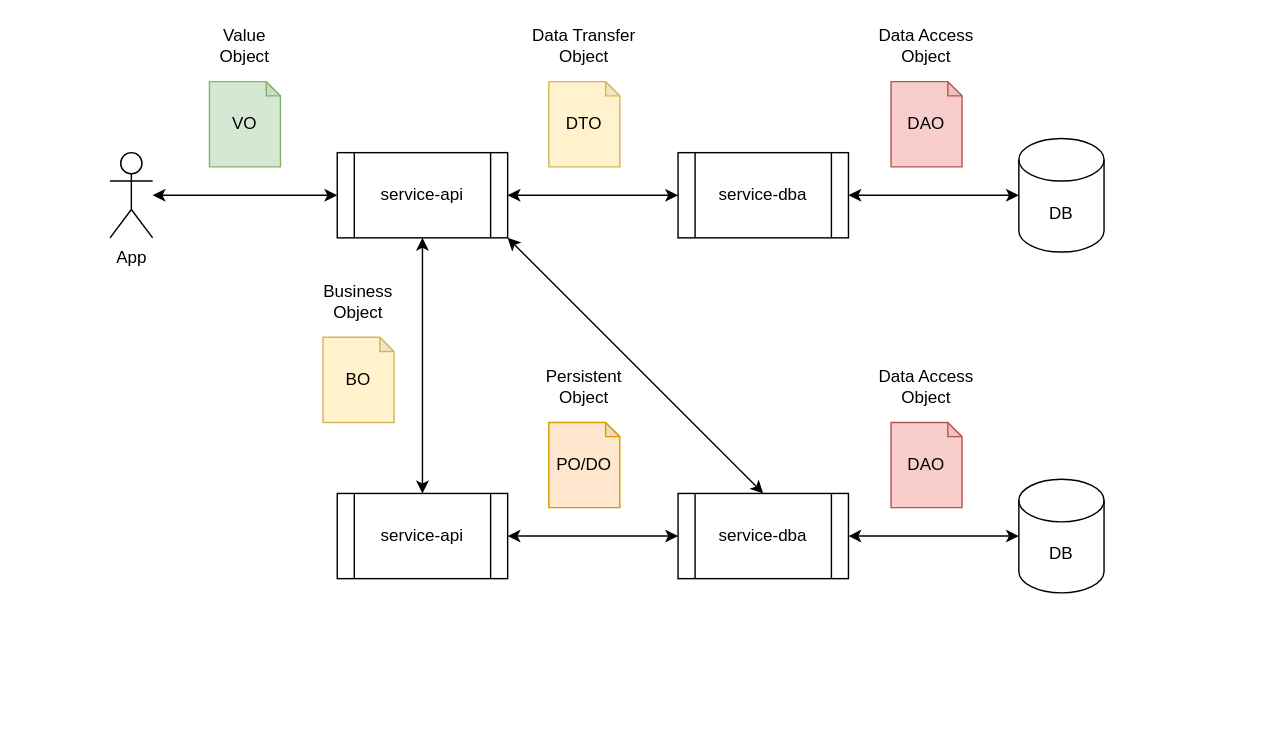
This is doc/architecture.drawio from zxffffffff/start-java, a draw.io file, before an edit. Source tidied: cells renumbered, new cells numbered last; positions are measured from the earlier drawing's top-left corner, leaving out a move shared by most shapes. Both pictures are drawn from the tidied source at 142%, with x=0, y=0 at pixel (109, 24).
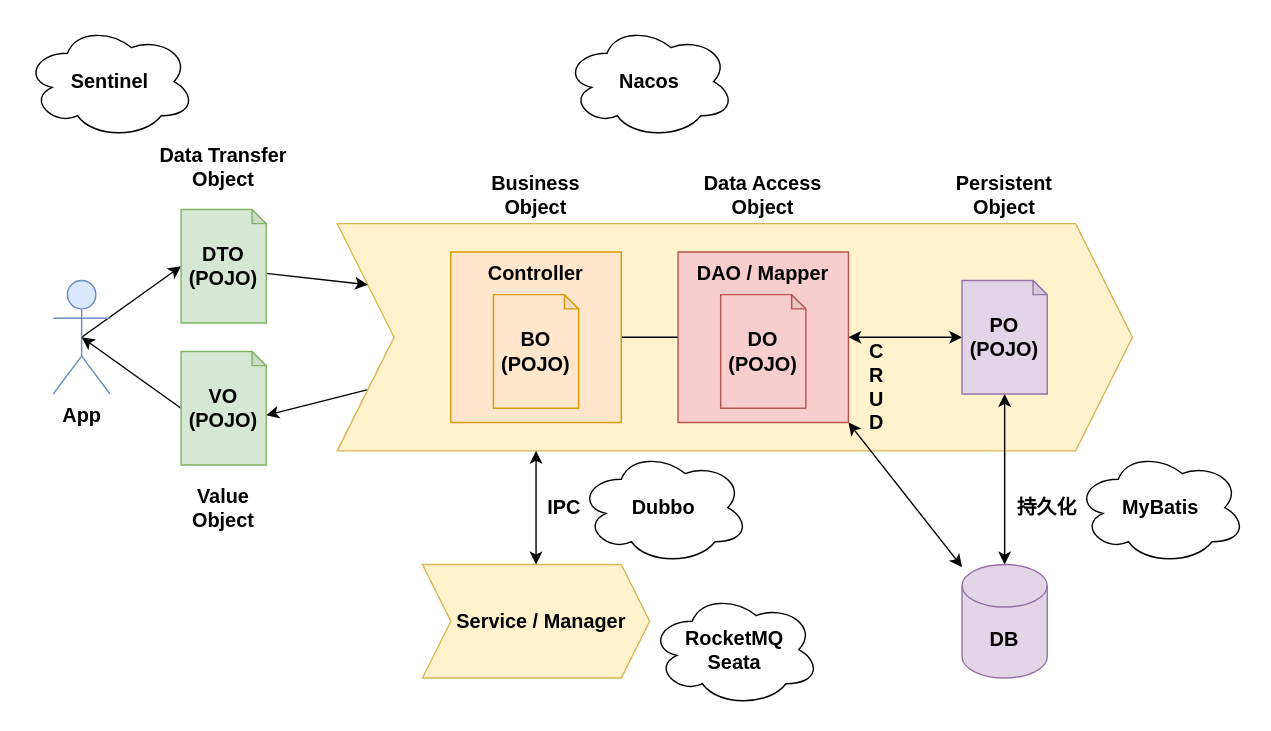
The same page after the edit.

Diff of the diagram source:
```diff
@@
-    <mxCell id="2" value="DB" style="shape=cylinder3;whiteSpace=wrap;html=1;boundedLbl=1;backgroundOutline=1;size=15;" parent="1" vertex="1">
-      <mxGeometry x="640" y="80" width="60" height="80" as="geometry" />
-    </mxCell>
-    <mxCell id="3" style="edgeStyle=orthogonalEdgeStyle;rounded=0;jettySize=auto;html=1;startArrow=classic;startFill=1;" parent="1" edge="1" source="4" target="2">
-      <mxGeometry relative="1" as="geometry" />
-    </mxCell>
-    <mxCell id="4" value="service-dba" style="shape=process;whiteSpace=wrap;html=1;backgroundOutline=1;" parent="1" vertex="1">
-      <mxGeometry x="400" y="90" width="120" height="60" as="geometry" />
-    </mxCell>
-    <mxCell id="5" value="DAO" style="shape=note;whiteSpace=wrap;html=1;backgroundOutline=1;darkOpacity=0.05;size=10;fillColor=#f8cecc;strokeColor=#b85450;" parent="1" vertex="1">
-      <mxGeometry x="550" y="40" width="50" height="60" as="geometry" />
-    </mxCell>
-    <mxCell id="6" style="edgeStyle=orthogonalEdgeStyle;rounded=0;jettySize=auto;html=1;fontFamily=Helvetica;fontSize=12;fontColor=default;startArrow=classic;startFill=1;" parent="1" edge="1" source="8" target="4">
-      <mxGeometry relative="1" as="geometry" />
-    </mxCell>
-    <mxCell id="7" style="edgeStyle=orthogonalEdgeStyle;rounded=0;jettySize=auto;html=1;fontFamily=Helvetica;fontSize=12;fontColor=default;startArrow=classic;startFill=1;" parent="1" edge="1" source="8" target="22">
-      <mxGeometry relative="1" as="geometry" />
-    </mxCell>
-    <mxCell id="8" value="service-api" style="shape=process;whiteSpace=wrap;html=1;backgroundOutline=1;" parent="1" vertex="1">
-      <mxGeometry x="160" y="90" width="120" height="60" as="geometry" />
-    </mxCell>
-    <mxCell id="9" value="DTO" style="shape=note;whiteSpace=wrap;html=1;backgroundOutline=1;darkOpacity=0.05;size=10;fillColor=#fff2cc;strokeColor=#d6b656;" parent="1" vertex="1">
-      <mxGeometry x="309" y="40" width="50" height="60" as="geometry" />
-    </mxCell>
-    <mxCell id="10" style="edgeStyle=orthogonalEdgeStyle;rounded=0;jettySize=auto;html=1;fontFamily=Helvetica;fontSize=12;fontColor=default;startArrow=classic;startFill=1;" parent="1" edge="1" source="11" target="8">
-      <mxGeometry relative="1" as="geometry" />
-    </mxCell>
-    <mxCell id="11" value="App" style="shape=umlActor;verticalLabelPosition=bottom;verticalAlign=top;html=1;outlineConnect=0;strokeColor=default;fontFamily=Helvetica;fontSize=12;fontColor=default;fillColor=default;" parent="1" vertex="1">
-      <mxGeometry y="90" width="30" height="60" as="geometry" />
-    </mxCell>
-    <mxCell id="12" value="VO" style="shape=note;whiteSpace=wrap;html=1;backgroundOutline=1;darkOpacity=0.05;size=10;fillColor=#d5e8d4;strokeColor=#82b366;" parent="1" vertex="1">
-      <mxGeometry x="70" y="40" width="50" height="60" as="geometry" />
-    </mxCell>
-    <mxCell id="13" style="rounded=0;jettySize=auto;html=1;fontFamily=Helvetica;fontSize=12;fontColor=default;exitX=0.5;exitY=0;exitDx=0;exitDy=0;entryX=1;entryY=1;entryDx=0;entryDy=0;startArrow=classic;startFill=1;" parent="1" edge="1" source="14" target="8">
-      <mxGeometry relative="1" as="geometry" />
-    </mxCell>
-    <mxCell id="14" value="service-dba" style="shape=process;whiteSpace=wrap;html=1;backgroundOutline=1;" parent="1" vertex="1">
-      <mxGeometry x="400" y="330" width="120" height="60" as="geometry" />
-    </mxCell>
+    <mxCell id="28" value="&amp;nbsp; Service / Manager" style="shape=step;perimeter=stepPerimeter;whiteSpace=wrap;html=1;fixedSize=1;fontSize=14;fillColor=#fff2cc;strokeColor=#d6b656;fontStyle=1;" parent="1" vertex="1">
+      <mxGeometry x="220" y="380" width="160" height="80" as="geometry" />
+    </mxCell>
+    <mxCell id="29" style="edgeStyle=none;rounded=0;jettySize=auto;html=1;exitX=0;exitY=0.75;exitDx=0;exitDy=0;entryX=0;entryY=0;entryDx=60;entryDy=45;entryPerimeter=0;" parent="1" edge="1" source="30" target="39">
+      <mxGeometry relative="1" as="geometry" />
+    </mxCell>
+    <mxCell id="30" style="shape=step;perimeter=stepPerimeter;whiteSpace=wrap;html=1;fixedSize=1;fontSize=14;fillColor=#fff2cc;strokeColor=#d6b656;fontStyle=1;size=40;" parent="1" vertex="1">
+      <mxGeometry x="160" y="140" width="560" height="160" as="geometry" />
+    </mxCell>
-    <mxCell id="15" value="Data Access Object" style="text;html=1;strokeColor=none;fillColor=none;align=center;verticalAlign=middle;whiteSpace=wrap;rounded=0;fontSize=12;fontFamily=Helvetica;fontColor=default;" parent="1" vertex="1">
-      <mxGeometry x="535" width="80" height="30" as="geometry" />
+    <mxCell id="15" value="Data Access Object" style="text;html=1;strokeColor=none;fillColor=none;align=center;verticalAlign=middle;whiteSpace=wrap;rounded=0;fontSize=14;fontFamily=Helvetica;fontColor=default;fontStyle=1;" parent="1" vertex="1">
+      <mxGeometry x="400" y="100" width="120" height="40" as="geometry" />
     </mxCell>
-    <mxCell id="16" value="Value Object" style="text;html=1;strokeColor=none;fillColor=none;align=center;verticalAlign=middle;whiteSpace=wrap;rounded=0;fontSize=12;fontFamily=Helvetica;fontColor=default;" parent="1" vertex="1">
-      <mxGeometry x="70" width="50" height="30" as="geometry" />
+    <mxCell id="16" value="Value Object" style="text;html=1;strokeColor=none;fillColor=none;align=center;verticalAlign=middle;whiteSpace=wrap;rounded=0;fontSize=14;fontFamily=Helvetica;fontColor=default;fontStyle=1;" parent="1" vertex="1">
+      <mxGeometry x="40" y="320" width="80" height="40" as="geometry" />
     </mxCell>
-    <mxCell id="17" value="Data Transfer Object" style="text;html=1;strokeColor=none;fillColor=none;align=center;verticalAlign=middle;whiteSpace=wrap;rounded=0;fontSize=12;fontFamily=Helvetica;fontColor=default;" parent="1" vertex="1">
-      <mxGeometry x="294" width="80" height="30" as="geometry" />
+    <mxCell id="17" value="Data Transfer Object" style="text;html=1;strokeColor=none;fillColor=none;align=center;verticalAlign=middle;whiteSpace=wrap;rounded=0;fontSize=14;fontFamily=Helvetica;fontColor=default;fontStyle=1;" parent="1" vertex="1">
+      <mxGeometry x="20" y="80" width="120" height="40" as="geometry" />
     </mxCell>
-    <mxCell id="18" value="DB" style="shape=cylinder3;whiteSpace=wrap;html=1;boundedLbl=1;backgroundOutline=1;size=15;" parent="1" vertex="1">
-      <mxGeometry x="640" y="320" width="60" height="80" as="geometry" />
-    </mxCell>
-    <mxCell id="19" style="edgeStyle=orthogonalEdgeStyle;rounded=0;jettySize=auto;html=1;fontFamily=Helvetica;fontSize=12;fontColor=default;startArrow=classic;startFill=1;" parent="1" edge="1" source="14" target="18">
-      <mxGeometry relative="1" as="geometry" />
-    </mxCell>
-    <mxCell id="20" value="PO/DO" style="shape=note;whiteSpace=wrap;html=1;backgroundOutline=1;darkOpacity=0.05;size=10;fillColor=#ffe6cc;strokeColor=#d79b00;" parent="1" vertex="1">
-      <mxGeometry x="309" y="280" width="50" height="60" as="geometry" />
-    </mxCell>
-    <mxCell id="21" value="Persistent Object" style="text;html=1;strokeColor=none;fillColor=none;align=center;verticalAlign=middle;whiteSpace=wrap;rounded=0;fontSize=12;fontFamily=Helvetica;fontColor=default;" parent="1" vertex="1">
-      <mxGeometry x="294" y="240" width="80" height="30" as="geometry" />
+    <mxCell id="21" value="Persistent Object" style="text;html=1;strokeColor=none;fillColor=none;align=center;verticalAlign=middle;whiteSpace=wrap;rounded=0;fontSize=14;fontFamily=Helvetica;fontColor=default;fontStyle=1;" parent="1" vertex="1">
+      <mxGeometry x="580" y="100" width="100" height="40" as="geometry" />
     </mxCell>
-    <mxCell id="22" value="service-api" style="shape=process;whiteSpace=wrap;html=1;backgroundOutline=1;" parent="1" vertex="1">
-      <mxGeometry x="160" y="330" width="120" height="60" as="geometry" />
-    </mxCell>
-    <mxCell id="23" style="edgeStyle=orthogonalEdgeStyle;rounded=0;jettySize=auto;html=1;fontFamily=Helvetica;fontSize=12;fontColor=default;startArrow=classic;startFill=1;" parent="1" edge="1" source="22" target="14">
-      <mxGeometry relative="1" as="geometry" />
-    </mxCell>
-    <mxCell id="24" value="BO" style="shape=note;whiteSpace=wrap;html=1;backgroundOutline=1;darkOpacity=0.05;size=10;fillColor=#fff2cc;strokeColor=#d6b656;" parent="1" vertex="1">
-      <mxGeometry x="150" y="220" width="50" height="60" as="geometry" />
-    </mxCell>
-    <mxCell id="25" value="Business Object" style="text;html=1;strokeColor=none;fillColor=none;align=center;verticalAlign=middle;whiteSpace=wrap;rounded=0;fontSize=12;fontFamily=Helvetica;fontColor=default;" parent="1" vertex="1">
-      <mxGeometry x="135" y="180" width="80" height="30" as="geometry" />
+    <mxCell id="25" value="Business Object" style="text;html=1;strokeColor=none;fillColor=none;align=center;verticalAlign=middle;whiteSpace=wrap;rounded=0;fontSize=14;fontFamily=Helvetica;fontColor=default;fontStyle=1;" parent="1" vertex="1">
+      <mxGeometry x="260" y="100" width="80" height="40" as="geometry" />
     </mxCell>
-    <mxCell id="26" value="DAO" style="shape=note;whiteSpace=wrap;html=1;backgroundOutline=1;darkOpacity=0.05;size=10;fillColor=#f8cecc;strokeColor=#b85450;" parent="1" vertex="1">
-      <mxGeometry x="550" y="280" width="50" height="60" as="geometry" />
-    </mxCell>
-    <mxCell id="27" value="Data Access Object" style="text;html=1;strokeColor=none;fillColor=none;align=center;verticalAlign=middle;whiteSpace=wrap;rounded=0;fontSize=12;fontFamily=Helvetica;fontColor=default;" parent="1" vertex="1">
-      <mxGeometry x="535" y="240" width="80" height="30" as="geometry" />
-    </mxCell>
+    <mxCell id="31" value="DB" style="shape=cylinder3;whiteSpace=wrap;html=1;boundedLbl=1;backgroundOutline=1;size=15;fillColor=#e1d5e7;strokeColor=#9673a6;fontStyle=1;fontSize=14;" parent="1" vertex="1">
+      <mxGeometry x="600" y="380" width="60" height="80" as="geometry" />
+    </mxCell>
+    <mxCell id="32" style="edgeStyle=none;rounded=0;jettySize=auto;html=1;fontSize=14;startArrow=classic;startFill=1;fontStyle=1;" parent="1" edge="1" source="34" target="45">
+      <mxGeometry relative="1" as="geometry" />
+    </mxCell>
+    <mxCell id="33" style="edgeStyle=none;rounded=0;jettySize=auto;html=1;fontSize=14;startArrow=classic;startFill=1;fontStyle=1;" parent="1" edge="1" source="34" target="31">
+      <mxGeometry relative="1" as="geometry" />
+    </mxCell>
+    <mxCell id="34" value="PO&lt;br style=&quot;font-size: 14px;&quot;&gt;(POJO)" style="shape=note;whiteSpace=wrap;html=1;backgroundOutline=1;darkOpacity=0.05;size=10;fillColor=#e1d5e7;strokeColor=#9673a6;fontStyle=1;fontSize=14;" parent="1" vertex="1">
+      <mxGeometry x="600" y="180" width="60" height="80" as="geometry" />
+    </mxCell>
+    <mxCell id="35" style="edgeStyle=none;rounded=0;jettySize=auto;html=1;exitX=0.5;exitY=0.5;exitDx=0;exitDy=0;exitPerimeter=0;entryX=0;entryY=0.5;entryDx=0;entryDy=0;entryPerimeter=0;" parent="1" edge="1" source="11" target="37">
+      <mxGeometry relative="1" as="geometry" />
+    </mxCell>
+    <mxCell id="11" value="App" style="shape=umlActor;verticalLabelPosition=bottom;verticalAlign=top;html=1;outlineConnect=0;strokeColor=#6c8ebf;fontFamily=Helvetica;fontSize=14;fillColor=#dae8fc;fontStyle=1;" parent="1" vertex="1">
+      <mxGeometry x="-40" y="180" width="40" height="80" as="geometry" />
+    </mxCell>
+    <mxCell id="36" style="rounded=0;jettySize=auto;html=1;exitX=0;exitY=0;exitDx=60;exitDy=45;exitPerimeter=0;entryX=0;entryY=0.25;entryDx=0;entryDy=0;" parent="1" edge="1" source="37" target="30">
+      <mxGeometry relative="1" as="geometry" />
+    </mxCell>
+    <mxCell id="37" value="DTO&lt;br style=&quot;font-size: 14px;&quot;&gt;(POJO)" style="shape=note;whiteSpace=wrap;html=1;backgroundOutline=1;darkOpacity=0.05;size=10;fillColor=#d5e8d4;strokeColor=#82b366;fontStyle=1;fontSize=14;" parent="1" vertex="1">
+      <mxGeometry x="50" y="130" width="60" height="80" as="geometry" />
+    </mxCell>
+    <mxCell id="38" style="edgeStyle=none;rounded=0;jettySize=auto;html=1;exitX=0;exitY=0.5;exitDx=0;exitDy=0;exitPerimeter=0;entryX=0.5;entryY=0.5;entryDx=0;entryDy=0;entryPerimeter=0;" parent="1" edge="1" source="39" target="11">
+      <mxGeometry relative="1" as="geometry" />
+    </mxCell>
+    <mxCell id="39" value="VO&lt;br style=&quot;font-size: 14px;&quot;&gt;(POJO)" style="shape=note;whiteSpace=wrap;html=1;backgroundOutline=1;darkOpacity=0.05;size=10;fillColor=#d5e8d4;strokeColor=#82b366;fontStyle=1;fontSize=14;" parent="1" vertex="1">
+      <mxGeometry x="50" y="230" width="60" height="80" as="geometry" />
+    </mxCell>
+    <mxCell id="40" value="持久化" style="text;html=1;strokeColor=none;fillColor=none;align=center;verticalAlign=middle;whiteSpace=wrap;rounded=0;fontSize=14;fontFamily=Helvetica;fontColor=default;fontStyle=1;" parent="1" vertex="1">
+      <mxGeometry x="630" y="320" width="60" height="40" as="geometry" />
+    </mxCell>
+    <mxCell id="41" style="edgeStyle=none;rounded=0;jettySize=auto;html=1;fontSize=14;startArrow=classic;startFill=1;fontStyle=1;exitX=0.25;exitY=1;exitDx=0;exitDy=0;" parent="1" edge="1" source="30" target="28">
+      <mxGeometry relative="1" as="geometry" />
+    </mxCell>
+    <mxCell id="42" style="edgeStyle=none;rounded=0;jettySize=auto;html=1;exitX=0;exitY=0;exitDx=120;exitDy=60;exitPerimeter=0;entryX=0;entryY=0.5;entryDx=0;entryDy=0;entryPerimeter=0;fontSize=14;startArrow=none;startFill=0;endArrow=none;endFill=0;" parent="1" edge="1" source="43" target="45">
+      <mxGeometry relative="1" as="geometry" />
+    </mxCell>
+    <mxCell id="43" value="Controller" style="shape=note;whiteSpace=wrap;html=1;backgroundOutline=1;darkOpacity=0.05;size=0;fillColor=#ffe6cc;strokeColor=#d79b00;fontStyle=1;fontSize=14;verticalAlign=top;" parent="1" vertex="1">
+      <mxGeometry x="240" y="160" width="120" height="120" as="geometry" />
+    </mxCell>
+    <mxCell id="44" style="rounded=0;jettySize=auto;html=1;fontSize=14;startArrow=classic;startFill=1;fontStyle=1;exitX=1;exitY=1;exitDx=0;exitDy=0;exitPerimeter=0;" parent="1" edge="1" source="45" target="31">
+      <mxGeometry relative="1" as="geometry" />
+    </mxCell>
+    <mxCell id="45" value="DAO / Mapper" style="shape=note;whiteSpace=wrap;html=1;backgroundOutline=1;darkOpacity=0.05;size=0;fillColor=#f8cecc;strokeColor=#b85450;fontStyle=1;fontSize=14;verticalAlign=top;" parent="1" vertex="1">
+      <mxGeometry x="400" y="160" width="120" height="120" as="geometry" />
+    </mxCell>
+    <mxCell id="46" value="DO&lt;br style=&quot;font-size: 14px;&quot;&gt;(POJO)" style="shape=note;whiteSpace=wrap;html=1;backgroundOutline=1;darkOpacity=0.05;size=10;fillColor=#f8cecc;strokeColor=#b85450;fontStyle=1;fontSize=14;" parent="1" vertex="1">
+      <mxGeometry x="430" y="190" width="60" height="80" as="geometry" />
+    </mxCell>
+    <mxCell id="47" value="IPC" style="text;html=1;strokeColor=none;fillColor=none;align=center;verticalAlign=middle;whiteSpace=wrap;rounded=0;fontSize=14;fontFamily=Helvetica;fontColor=default;fontStyle=1;" parent="1" vertex="1">
+      <mxGeometry x="300" y="320" width="40" height="40" as="geometry" />
+    </mxCell>
+    <mxCell id="48" value="C&lt;br&gt;R&lt;br&gt;U&lt;br&gt;D" style="text;html=1;strokeColor=none;fillColor=none;align=center;verticalAlign=middle;whiteSpace=wrap;rounded=0;fontSize=14;fontStyle=1;" parent="1" vertex="1">
+      <mxGeometry x="520" y="220" width="40" height="70" as="geometry" />
+    </mxCell>
+    <mxCell id="49" value="BO&lt;br style=&quot;font-size: 14px;&quot;&gt;(POJO)" style="shape=note;whiteSpace=wrap;html=1;backgroundOutline=1;darkOpacity=0.05;size=10;fillColor=#ffe6cc;strokeColor=#d79b00;fontStyle=1;fontSize=14;" parent="1" vertex="1">
+      <mxGeometry x="270" y="190" width="60" height="80" as="geometry" />
+    </mxCell>
+    <mxCell id="50" value="MyBatis" style="ellipse;shape=cloud;whiteSpace=wrap;html=1;fontSize=14;fontStyle=1;" parent="1" vertex="1">
+      <mxGeometry x="680" y="300" width="120" height="80" as="geometry" />
+    </mxCell>
+    <mxCell id="51" value="Dubbo" style="ellipse;shape=cloud;whiteSpace=wrap;html=1;fontSize=14;fontStyle=1;" parent="1" vertex="1">
+      <mxGeometry x="330" y="300" width="120" height="80" as="geometry" />
+    </mxCell>
+    <mxCell id="52" value="Sentinel" style="ellipse;shape=cloud;whiteSpace=wrap;html=1;fontSize=14;fontStyle=1;" parent="1" vertex="1">
+      <mxGeometry x="-60" width="120" height="80" as="geometry" />
+    </mxCell>
+    <mxCell id="53" value="Nacos" style="ellipse;shape=cloud;whiteSpace=wrap;html=1;fontSize=14;fontStyle=1;" parent="1" vertex="1">
+      <mxGeometry x="320" width="120" height="80" as="geometry" />
+    </mxCell>
+    <mxCell id="54" value="RocketMQ&lt;br&gt;Seata" style="ellipse;shape=cloud;whiteSpace=wrap;html=1;fontSize=14;fontStyle=1;" parent="1" vertex="1">
+      <mxGeometry x="380" y="400" width="120" height="80" as="geometry" />
+    </mxCell>
```
